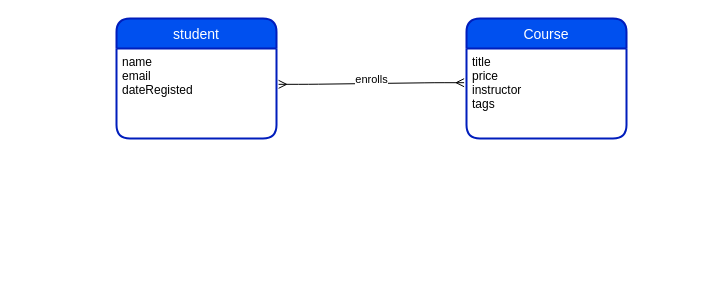
s1874217870/starup keeps this draw.io diagram as mysql_1.drawio. Above is the earlier version. Source tidied: cells renumbered, new cells numbered last; positions are measured from the earlier drawing's top-left corner, leaving out a move shared by most shapes. Both pictures are drawn from the tidied source at 100%, with x=0, y=0 at pixel (116, 18).
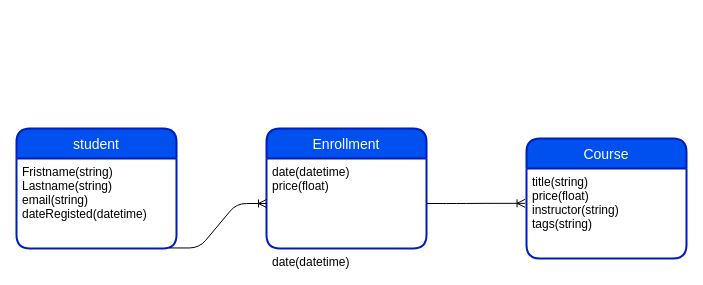
After the change.

The edit, as a diff of the source:
```diff
@@
 <mxGraphModel>
   <root>
     <mxCell id="0" />
     <mxCell id="1" parent="0" />
     <mxCell id="2" value="student" style="swimlane;horizontal=1;startSize=30;rounded=1;fontSize=14;fontStyle=0;strokeWidth=2;shadow=0;dashed=0;align=center;fillColor=#0050ef;strokeColor=#001DBC;fontColor=#ffffff;" parent="1" vertex="1">
-      <mxGeometry width="160" height="120" as="geometry" />
+      <mxGeometry x="-100" y="110" width="160" height="120" as="geometry" />
     </mxCell>
-    <mxCell id="3" value="name&#10;email&#10;dateRegisted" style="align=left;strokeColor=none;fillColor=none;spacingLeft=4;fontSize=12;verticalAlign=top;" parent="2" vertex="1">
+    <mxCell id="3" value="Fristname(string)&#10;Lastname(string)&#10;email(string)&#10;dateRegisted(datetime)" style="align=left;strokeColor=none;fillColor=none;spacingLeft=4;fontSize=12;verticalAlign=top;" parent="2" vertex="1">
       <mxGeometry y="30" width="160" height="90" as="geometry" />
     </mxCell>
     <mxCell id="4" value="Course" style="swimlane;horizontal=1;startSize=30;rounded=1;fontSize=14;fontStyle=0;strokeWidth=2;shadow=0;dashed=0;align=center;fillColor=#0050ef;strokeColor=#001DBC;fontColor=#ffffff;" parent="1" vertex="1">
-      <mxGeometry x="350" width="160" height="120" as="geometry" />
+      <mxGeometry x="410" y="120" width="160" height="120" as="geometry" />
     </mxCell>
-    <mxCell id="5" value="title&#10;price&#10;instructor&#10;tags" style="align=left;strokeColor=none;fillColor=none;spacingLeft=4;fontSize=12;verticalAlign=top;" parent="4" vertex="1">
+    <mxCell id="5" value="title(string)&#10;price(float)&#10;instructor(string)&#10;tags(string)" style="align=left;strokeColor=none;fillColor=none;spacingLeft=4;fontSize=12;verticalAlign=top;" parent="4" vertex="1">
       <mxGeometry y="30" width="160" height="90" as="geometry" />
     </mxCell>
-    <mxCell id="6" style="edgeStyle=entityRelationEdgeStyle;fontSize=12;html=1;endArrow=ERmany;startArrow=ERmany;entryX=-0.015;entryY=0.38;entryDx=0;entryDy=0;entryPerimeter=0;exitX=1.013;exitY=0.398;exitDx=0;exitDy=0;exitPerimeter=0;" parent="1" edge="1" source="3" target="5">
-      <mxGeometry relative="1" as="geometry" />
-    </mxCell>
-    <mxCell id="7" value="enrolls" style="edgeLabel;html=1;align=center;verticalAlign=middle;rotation=0;" parent="6" vertex="1">
-      <mxGeometry x="-0.01" y="-1" relative="1" as="geometry">
-        <mxPoint y="-6" as="offset" />
-      </mxGeometry>
-    </mxCell>
+    <mxCell id="8" value="Enrollment" style="swimlane;horizontal=1;startSize=30;rounded=1;fontSize=14;fontStyle=0;strokeWidth=2;shadow=0;dashed=0;align=center;fillColor=#0050ef;strokeColor=#001DBC;fontColor=#ffffff;" parent="1" vertex="1">
+      <mxGeometry x="150" y="110" width="160" height="120" as="geometry" />
+    </mxCell>
+    <mxCell id="9" value="date(datetime)&#10;price(float)" style="align=left;spacingLeft=4;fontSize=12;verticalAlign=top;strokeColor=none;fillColor=none;dashed=1;" parent="8" vertex="1">
+      <mxGeometry y="30" width="160" height="90" as="geometry" />
+    </mxCell>
+    <mxCell id="10" value="date(datetime)" style="align=left;spacingLeft=4;fontSize=12;verticalAlign=top;strokeColor=none;fillColor=none;dashed=1;" parent="8" vertex="1">
+      <mxGeometry y="120" width="160" as="geometry" />
+    </mxCell>
+    <mxCell id="11" style="edgeStyle=entityRelationEdgeStyle;fontSize=12;html=1;endArrow=ERoneToMany;exitX=0.955;exitY=0.994;exitDx=0;exitDy=0;exitPerimeter=0;" parent="1" edge="1" source="3" target="9">
+      <mxGeometry relative="1" as="geometry" />
+    </mxCell>
+    <mxCell id="12" style="edgeStyle=entityRelationEdgeStyle;fontSize=12;html=1;endArrow=ERoneToMany;exitX=1;exitY=0.5;exitDx=0;exitDy=0;entryX=-0.009;entryY=0.387;entryDx=0;entryDy=0;entryPerimeter=0;" parent="1" edge="1" source="9" target="5">
+      <mxGeometry relative="1" as="geometry" />
+    </mxCell>
   </root>
 </mxGraphModel>
```
